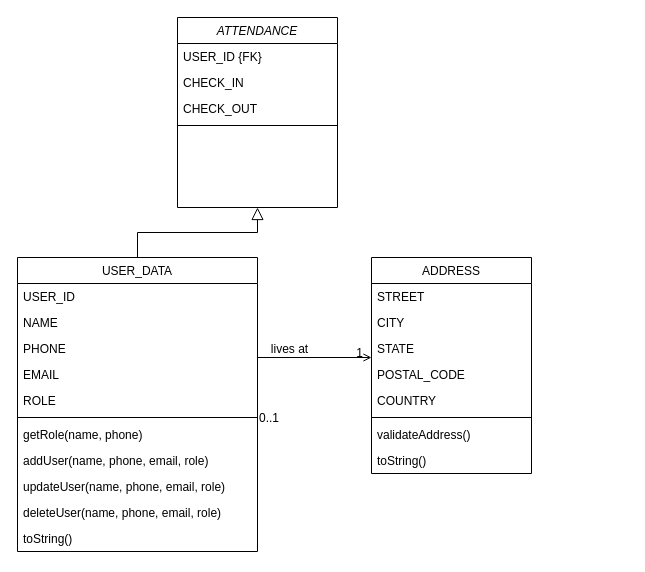
prashant2jan/suits-finder keeps this draw.io diagram as src/main/resources/templates/Untitled Diagram.drawio. Above is the earlier version. Source tidied: cells renumbered, new cells numbered last; positions are measured from the earlier drawing's top-left corner, leaving out a move shared by most shapes. Both pictures are drawn from the tidied source at 100%, with x=0, y=0 at pixel (17, 17).
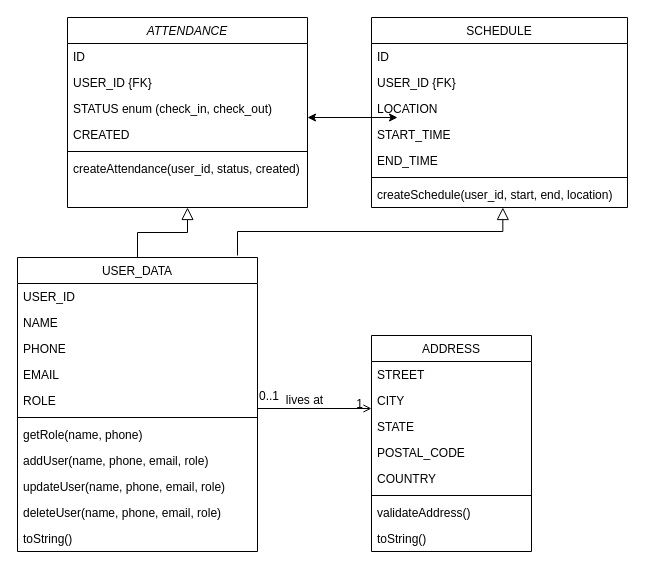
Above is the later version.

Unchanged cells that the change refers to:
```xml
<mxCell id="12" value="ROLE" style="text;align=left;verticalAlign=top;spacingLeft=4;spacingRight=4;overflow=hidden;points=[[0,0.5],[1,0.5]];portConstraint=eastwest;rounded=0;shadow=0;html=0;" parent="7" vertex="1">
  <mxGeometry y="130" width="240" height="26" as="geometry" />
</mxCell>
```

The edit, as a diff of the source:
```diff
@@
     <mxCell id="2" value="ATTENDANCE" style="swimlane;fontStyle=2;align=center;verticalAlign=top;horizontal=1;startSize=26;rounded=0;shadow=0;strokeWidth=1;" parent="1" vertex="1">
-      <mxGeometry x="160" width="160" height="190" as="geometry" />
+      <mxGeometry x="50" width="240" height="190" as="geometry" />
     </mxCell>
+    <mxCell id="33" value="ID" style="text;align=left;verticalAlign=top;spacingLeft=4;spacingRight=4;overflow=hidden;" parent="2" vertex="1">
+      <mxGeometry y="26" width="240" height="26" as="geometry" />
+    </mxCell>
     <mxCell id="3" value="USER_ID {FK}" style="text;align=left;verticalAlign=top;spacingLeft=4;spacingRight=4;overflow=hidden;" parent="2" vertex="1">
-      <mxGeometry y="26" width="160" height="26" as="geometry" />
+      <mxGeometry y="52" width="240" height="26" as="geometry" />
     </mxCell>
-    <mxCell id="4" value="CHECK_IN" style="text;align=left;verticalAlign=top;spacingLeft=4;spacingRight=4;overflow=hidden;" parent="2" vertex="1">
-      <mxGeometry y="52" width="160" height="26" as="geometry" />
+    <mxCell id="4" value="STATUS enum (check_in, check_out)" style="text;align=left;verticalAlign=top;spacingLeft=4;spacingRight=4;overflow=hidden;" parent="2" vertex="1">
+      <mxGeometry y="78" width="240" height="26" as="geometry" />
     </mxCell>
-    <mxCell id="5" value="CHECK_OUT" style="text;align=left;verticalAlign=top;spacingLeft=4;spacingRight=4;overflow=hidden;rounded=0;shadow=0;html=0;" parent="2" vertex="1">
-      <mxGeometry y="78" width="160" height="26" as="geometry" />
+    <mxCell id="5" value="CREATED" style="text;align=left;verticalAlign=top;spacingLeft=4;spacingRight=4;overflow=hidden;rounded=0;shadow=0;html=0;" parent="2" vertex="1">
+      <mxGeometry y="104" width="240" height="26" as="geometry" />
     </mxCell>
     <mxCell id="6" style="line;html=1;strokeWidth=1;align=left;verticalAlign=middle;spacingTop=-1;spacingLeft=3;spacingRight=3;labelPosition=right;" parent="2" vertex="1">
-      <mxGeometry y="104" width="160" height="8" as="geometry" />
+      <mxGeometry y="130" width="240" height="8" as="geometry" />
     </mxCell>
+    <mxCell id="34" value="createAttendance(user_id, status, created)" style="text;align=left;verticalAlign=top;spacingLeft=4;spacingRight=4;overflow=hidden;" parent="2" vertex="1">
+      <mxGeometry y="138" width="240" height="22" as="geometry" />
+    </mxCell>
@@
     <mxCell id="20" value="ADDRESS" style="swimlane;fontStyle=0;align=center;verticalAlign=top;horizontal=1;startSize=26;rounded=0;shadow=0;strokeWidth=1;" parent="1" vertex="1">
-      <mxGeometry x="354" y="240" width="160" height="216" as="geometry" />
+      <mxGeometry x="354" y="318" width="160" height="216" as="geometry" />
     </mxCell>
@@
-    <mxCell id="29" style="endArrow=open;shadow=0;strokeWidth=1;rounded=0;endFill=1;edgeStyle=elbowEdgeStyle;elbow=vertical;" parent="1" edge="1" target="20">
+    <mxCell id="29" style="endArrow=open;shadow=0;strokeWidth=1;rounded=0;endFill=1;edgeStyle=elbowEdgeStyle;elbow=vertical;exitX=1;exitY=0.5;exitDx=0;exitDy=0;" parent="1" edge="1" source="12">
       <mxGeometry x="0.5" y="41" relative="1" as="geometry">
-        <mxPoint x="240" y="405" as="sourcePoint" />
+        <mxPoint x="354" y="391" as="targetPoint" />
         <Array as="points">
-          <mxPoint x="297" y="340" />
+          <mxPoint x="240" y="391" />
         </Array>
         <mxPoint x="-40" y="32" as="offset" />
       </mxGeometry>
     </mxCell>
@@
+    <mxCell id="35" style="endArrow=classic;startArrow=classic;html=1;rounded=0;" parent="1" edge="1">
+      <mxGeometry relative="1" as="geometry">
+        <mxPoint x="290" y="100" as="sourcePoint" />
+        <mxPoint x="380" y="100" as="targetPoint" />
+      </mxGeometry>
+    </mxCell>
+    <mxCell id="36" value="SCHEDULE" style="swimlane;fontStyle=0;align=center;verticalAlign=top;horizontal=1;startSize=26;rounded=0;shadow=0;strokeWidth=1;" parent="1" vertex="1">
+      <mxGeometry x="354" width="256" height="190" as="geometry" />
+    </mxCell>
+    <mxCell id="37" value="ID" style="text;align=left;verticalAlign=top;spacingLeft=4;spacingRight=4;overflow=hidden;" parent="36" vertex="1">
+      <mxGeometry y="26" width="256" height="26" as="geometry" />
+    </mxCell>
+    <mxCell id="38" value="USER_ID {FK}" style="text;align=left;verticalAlign=top;spacingLeft=4;spacingRight=4;overflow=hidden;rounded=0;shadow=0;html=0;" parent="36" vertex="1">
+      <mxGeometry y="52" width="256" height="26" as="geometry" />
+    </mxCell>
+    <mxCell id="39" value="LOCATION" style="text;align=left;verticalAlign=top;spacingLeft=4;spacingRight=4;overflow=hidden;rounded=0;shadow=0;html=0;" parent="36" vertex="1">
+      <mxGeometry y="78" width="256" height="26" as="geometry" />
+    </mxCell>
+    <mxCell id="40" value="START_TIME" style="text;align=left;verticalAlign=top;spacingLeft=4;spacingRight=4;overflow=hidden;rounded=0;shadow=0;html=0;" parent="36" vertex="1">
+      <mxGeometry y="104" width="256" height="26" as="geometry" />
+    </mxCell>
+    <mxCell id="41" value="END_TIME" style="text;align=left;verticalAlign=top;spacingLeft=4;spacingRight=4;overflow=hidden;rounded=0;shadow=0;html=0;" parent="36" vertex="1">
+      <mxGeometry y="130" width="256" height="26" as="geometry" />
+    </mxCell>
+    <mxCell id="42" style="line;html=1;strokeWidth=1;align=left;verticalAlign=middle;spacingTop=-1;spacingLeft=3;spacingRight=3;labelPosition=right;" parent="36" vertex="1">
+      <mxGeometry y="156" width="256" height="8" as="geometry" />
+    </mxCell>
+    <mxCell id="43" value="createSchedule(user_id, start, end, location)" style="text;align=left;verticalAlign=top;spacingLeft=4;spacingRight=4;overflow=hidden;points=[[0,0.5],[1,0.5]];portConstraint=eastwest;" parent="36" vertex="1">
+      <mxGeometry y="164" width="256" height="22" as="geometry" />
+    </mxCell>
+    <mxCell id="44" style="endArrow=block;endSize=10;endFill=0;shadow=0;strokeWidth=1;rounded=0;edgeStyle=elbowEdgeStyle;elbow=vertical;entryX=0.513;entryY=1.182;entryDx=0;entryDy=0;entryPerimeter=0;" parent="1" edge="1" target="43">
+      <mxGeometry relative="1" as="geometry">
+        <mxPoint x="220" y="238" as="sourcePoint" />
+      </mxGeometry>
+    </mxCell>
```
